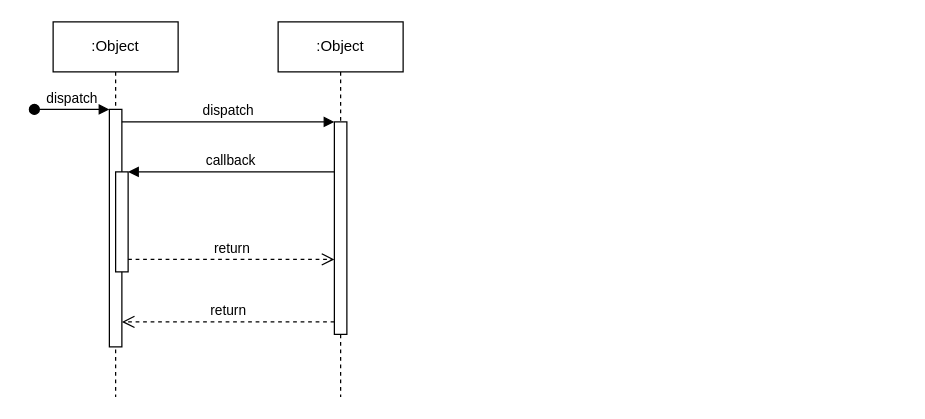
Above: ProfileDiagram.drawio in azukailonzo/azukailonzo (draw.io), before the change. Source tidied: cells renumbered, new cells numbered last; positions are measured from the earlier drawing's top-left corner, leaving out a move shared by most shapes. Both pictures are drawn from the tidied source at 125%, with x=0, y=0 at pixel (34, 21).
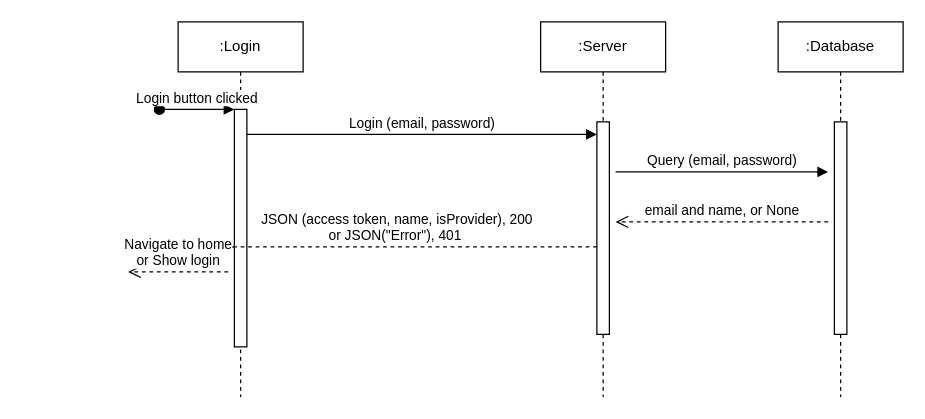
Above is the later version.

The change refers to these unchanged cells:
```xml
<mxCell id="3" style="html=1;points=[];perimeter=orthogonalPerimeter;outlineConnect=0;targetShapes=umlLifeline;portConstraint=eastwest;newEdgeStyle={&quot;edgeStyle&quot;:&quot;elbowEdgeStyle&quot;,&quot;elbow&quot;:&quot;vertical&quot;,&quot;curved&quot;:0,&quot;rounded&quot;:0};" parent="2" vertex="1">
  <mxGeometry x="45" y="70" width="10" height="190" as="geometry" />
</mxCell>
<mxCell id="7" style="html=1;points=[];perimeter=orthogonalPerimeter;outlineConnect=0;targetShapes=umlLifeline;portConstraint=eastwest;newEdgeStyle={&quot;edgeStyle&quot;:&quot;elbowEdgeStyle&quot;,&quot;elbow&quot;:&quot;vertical&quot;,&quot;curved&quot;:0,&quot;rounded&quot;:0};" parent="6" vertex="1">
  <mxGeometry x="45" y="80" width="10" height="170" as="geometry" />
</mxCell>
```

Diff of the diagram source:
```diff
@@
-    <mxCell id="2" value=":Object" style="shape=umlLifeline;perimeter=lifelinePerimeter;whiteSpace=wrap;html=1;newEdgeStyle={&quot;edgeStyle&quot;:&quot;elbowEdgeStyle&quot;,&quot;elbow&quot;:&quot;vertical&quot;,&quot;curved&quot;:0,&quot;rounded&quot;:0};" parent="1" vertex="1">
-      <mxGeometry x="15" width="100" height="300" as="geometry" />
+    <mxCell id="2" value=":Login" style="shape=umlLifeline;perimeter=lifelinePerimeter;whiteSpace=wrap;html=1;newEdgeStyle={&quot;edgeStyle&quot;:&quot;elbowEdgeStyle&quot;,&quot;elbow&quot;:&quot;vertical&quot;,&quot;curved&quot;:0,&quot;rounded&quot;:0};" parent="1" vertex="1">
+      <mxGeometry x="115" width="100" height="300" as="geometry" />
     </mxCell>
@@
-    <mxCell id="4" value="dispatch" style="html=1;verticalAlign=bottom;startArrow=oval;endArrow=block;startSize=8;edgeStyle=elbowEdgeStyle;elbow=vertical;curved=0;rounded=0;" parent="2" edge="1" target="3">
+    <mxCell id="4" value="Login button clicked" style="html=1;verticalAlign=bottom;startArrow=oval;endArrow=block;startSize=8;edgeStyle=elbowEdgeStyle;elbow=vertical;curved=0;rounded=0;" parent="2" edge="1" target="3">
       <mxGeometry relative="1" as="geometry">
         <mxPoint x="-15" y="70" as="sourcePoint" />
       </mxGeometry>
     </mxCell>
-    <mxCell id="5" style="html=1;points=[];perimeter=orthogonalPerimeter;outlineConnect=0;targetShapes=umlLifeline;portConstraint=eastwest;newEdgeStyle={&quot;edgeStyle&quot;:&quot;elbowEdgeStyle&quot;,&quot;elbow&quot;:&quot;vertical&quot;,&quot;curved&quot;:0,&quot;rounded&quot;:0};" parent="2" vertex="1">
-      <mxGeometry x="50" y="120" width="10" height="80" as="geometry" />
-    </mxCell>
-    <mxCell id="6" value=":Object" style="shape=umlLifeline;perimeter=lifelinePerimeter;whiteSpace=wrap;html=1;newEdgeStyle={&quot;edgeStyle&quot;:&quot;elbowEdgeStyle&quot;,&quot;elbow&quot;:&quot;vertical&quot;,&quot;curved&quot;:0,&quot;rounded&quot;:0};" parent="1" vertex="1">
-      <mxGeometry x="195" width="100" height="300" as="geometry" />
+    <mxCell id="6" value=":Server" style="shape=umlLifeline;perimeter=lifelinePerimeter;whiteSpace=wrap;html=1;newEdgeStyle={&quot;edgeStyle&quot;:&quot;elbowEdgeStyle&quot;,&quot;elbow&quot;:&quot;vertical&quot;,&quot;curved&quot;:0,&quot;rounded&quot;:0};" parent="1" vertex="1">
+      <mxGeometry x="405" width="100" height="300" as="geometry" />
     </mxCell>
@@
-    <mxCell id="8" value="dispatch" style="html=1;verticalAlign=bottom;endArrow=block;edgeStyle=elbowEdgeStyle;elbow=vertical;curved=0;rounded=0;" parent="1" edge="1" source="3" target="7">
+    <mxCell id="8" value="Login (email, password)" style="html=1;verticalAlign=bottom;endArrow=block;edgeStyle=elbowEdgeStyle;elbow=vertical;curved=0;rounded=0;" parent="1" edge="1" source="3" target="7">
       <mxGeometry relative="1" as="geometry">
         <Array as="points">
+          <mxPoint x="195" y="90" />
+          <mxPoint x="135" y="120" />
           <mxPoint x="155" y="80" />
         </Array>
       </mxGeometry>
     </mxCell>
-    <mxCell id="9" value="return" style="html=1;verticalAlign=bottom;endArrow=open;dashed=1;endSize=8;edgeStyle=elbowEdgeStyle;elbow=vertical;curved=0;rounded=0;" parent="1" edge="1" source="7" target="3">
+    <mxCell id="9" value="JSON (access token, name, isProvider), 200 &lt;br&gt;or JSON(&quot;Error&quot;), 401&amp;nbsp;" style="html=1;verticalAlign=bottom;endArrow=open;dashed=1;endSize=8;edgeStyle=elbowEdgeStyle;elbow=vertical;curved=0;rounded=0;" parent="1" edge="1" source="7" target="3">
       <mxGeometry relative="1" as="geometry">
         <Array as="points">
+          <mxPoint x="145" y="180" />
           <mxPoint x="165" y="240" />
         </Array>
       </mxGeometry>
     </mxCell>
-    <mxCell id="10" value="callback" style="html=1;verticalAlign=bottom;endArrow=block;edgeStyle=elbowEdgeStyle;elbow=vertical;curved=0;rounded=0;" parent="1" edge="1" source="7" target="5">
-      <mxGeometry relative="1" as="geometry">
-        <Array as="points">
-          <mxPoint x="165" y="120" />
-        </Array>
-      </mxGeometry>
-    </mxCell>
-    <mxCell id="11" value="return" style="html=1;verticalAlign=bottom;endArrow=open;dashed=1;endSize=8;edgeStyle=elbowEdgeStyle;elbow=vertical;curved=0;rounded=0;" parent="1" edge="1" source="5" target="7">
-      <mxGeometry relative="1" as="geometry">
-        <Array as="points">
-          <mxPoint x="155" y="190" />
-        </Array>
-      </mxGeometry>
-    </mxCell>
+    <mxCell id="12" value=":Database" style="shape=umlLifeline;perimeter=lifelinePerimeter;whiteSpace=wrap;html=1;newEdgeStyle={&quot;edgeStyle&quot;:&quot;elbowEdgeStyle&quot;,&quot;elbow&quot;:&quot;vertical&quot;,&quot;curved&quot;:0,&quot;rounded&quot;:0};" parent="1" vertex="1">
+      <mxGeometry x="595" width="100" height="300" as="geometry" />
+    </mxCell>
+    <mxCell id="13" style="html=1;perimeter=orthogonalPerimeter;targetShapes=umlLifeline;newEdgeStyle={&quot;edgeStyle&quot;:&quot;elbowEdgeStyle&quot;,&quot;elbow&quot;:&quot;vertical&quot;,&quot;curved&quot;:0,&quot;rounded&quot;:0};" parent="12" vertex="1">
+      <mxGeometry x="45" y="80" width="10" height="170" as="geometry" />
+    </mxCell>
+    <mxCell id="14" value="Query (email, password)" style="html=1;verticalAlign=bottom;endArrow=block;edgeStyle=elbowEdgeStyle;elbow=vertical;curved=0;rounded=0;" parent="1" edge="1">
+      <mxGeometry relative="1" as="geometry">
+        <mxPoint x="465" y="120" as="sourcePoint" />
+        <mxPoint x="635" y="120" as="targetPoint" />
+        <Array as="points">
+          <mxPoint x="530" y="120" />
+          <mxPoint x="550" y="80" />
+        </Array>
+      </mxGeometry>
+    </mxCell>
+    <mxCell id="15" value="email and name, or None" style="html=1;verticalAlign=bottom;endArrow=open;dashed=1;endSize=8;edgeStyle=elbowEdgeStyle;elbow=vertical;curved=0;rounded=0;" parent="1" edge="1">
+      <mxGeometry relative="1" as="geometry">
+        <mxPoint x="635" y="160" as="sourcePoint" />
+        <mxPoint x="465" y="160" as="targetPoint" />
+        <Array as="points">
+          <mxPoint x="540" y="160" />
+          <mxPoint x="560" y="220" />
+        </Array>
+      </mxGeometry>
+    </mxCell>
+    <mxCell id="16" value="Navigate to home &lt;br&gt;or Show login" style="html=1;verticalAlign=bottom;endArrow=open;dashed=1;endSize=8;edgeStyle=elbowEdgeStyle;elbow=vertical;curved=0;rounded=0;" parent="1" edge="1">
+      <mxGeometry relative="1" as="geometry">
+        <mxPoint x="155" y="200" as="sourcePoint" />
+        <mxPoint x="75" y="200" as="targetPoint" />
+      </mxGeometry>
+    </mxCell>
```
